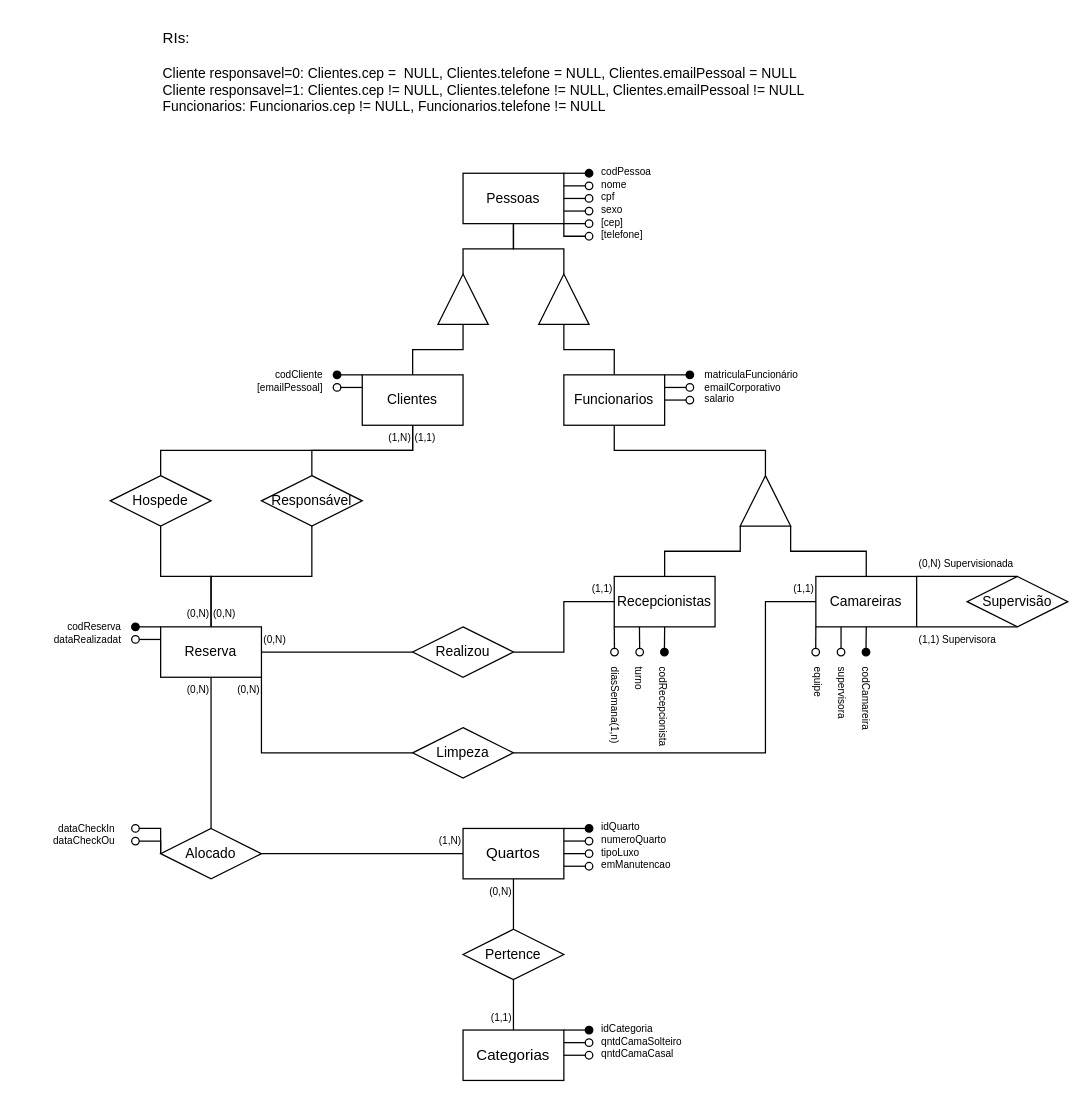
Above: TrabalhoFinal - Parte1 - Correção/Esquema Relacional Corrigido.drawio in JoaoVargas/2023.2.BAN (draw.io), before the change. Source tidied: cells renumbered, new cells numbered last; positions are measured from the earlier drawing's top-left corner, leaving out a move shared by most shapes. Both pictures are drawn from the tidied source at 126%, with x=0, y=0 at pixel (21, 21).
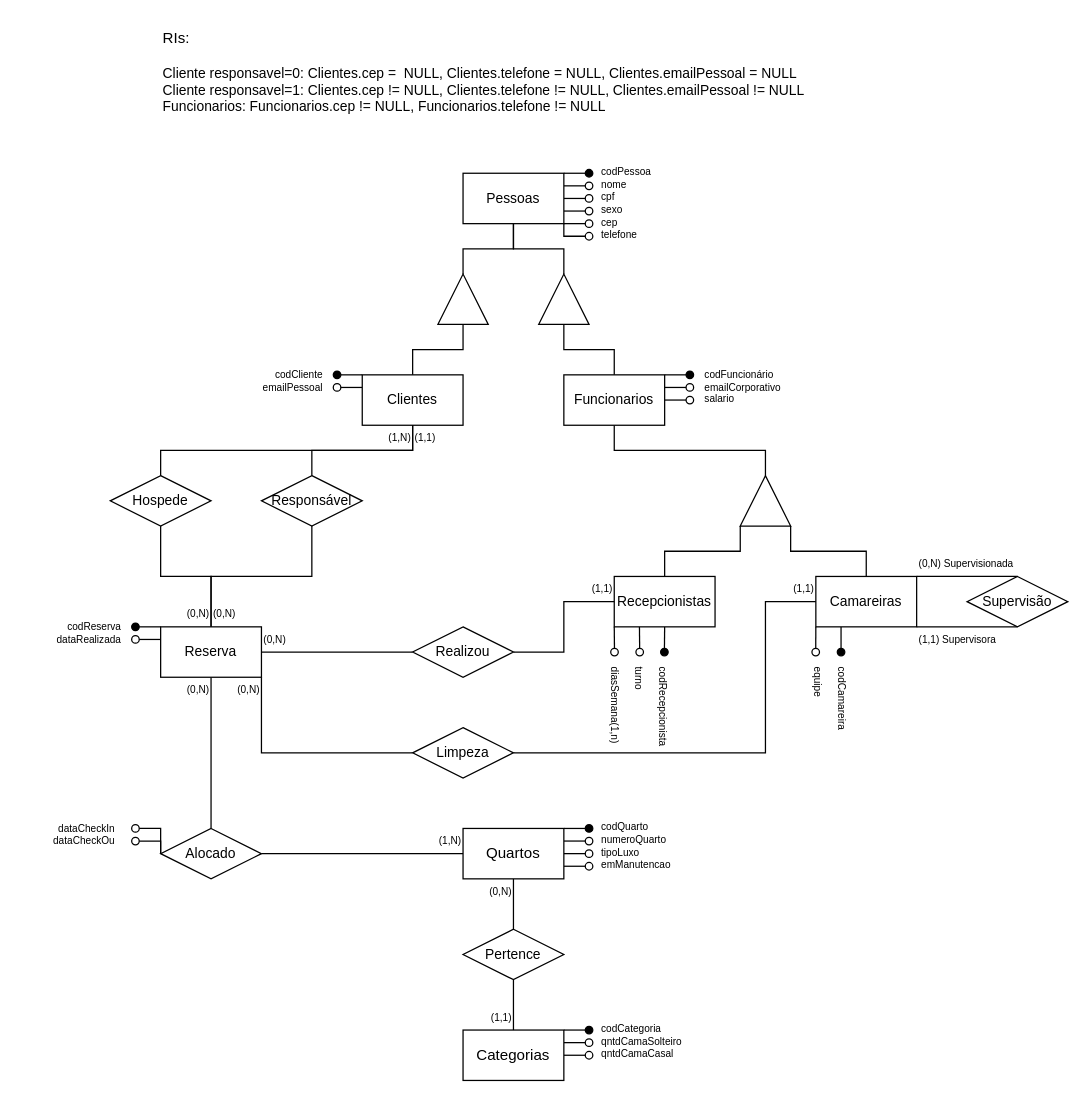
The same diagram, later.

Unchanged cells that the change refers to:
```xml
<mxCell id="16" value="Camareiras" style="rounded=0;whiteSpace=wrap;html=1;fontFamily=Helvetica;fontSize=11;labelBackgroundColor=none;" parent="1" vertex="1">
  <mxGeometry x="630" y="440" width="80" height="40" as="geometry" />
</mxCell>
```

Change to the diagram source:
```diff
@@
-    <mxCell id="14" style="edgeStyle=orthogonalEdgeStyle;shape=connector;rounded=0;jettySize=auto;html=1;exitX=0.25;exitY=1;exitDx=0;exitDy=0;labelBackgroundColor=default;strokeColor=default;fontFamily=Helvetica;fontSize=11;fontColor=default;endArrow=oval;endFill=0;" parent="1" edge="1" source="16">
+    <mxCell id="14" style="edgeStyle=orthogonalEdgeStyle;shape=connector;rounded=0;jettySize=auto;html=1;exitX=0.25;exitY=1;exitDx=0;exitDy=0;labelBackgroundColor=default;strokeColor=default;fontFamily=Helvetica;fontSize=11;fontColor=default;endArrow=oval;endFill=1;" parent="1" edge="1" source="16">
       <mxGeometry relative="1" as="geometry">
         <mxPoint x="650" y="500" as="targetPoint" />
       </mxGeometry>
     </mxCell>
-    <mxCell id="15" style="edgeStyle=orthogonalEdgeStyle;shape=connector;rounded=0;jettySize=auto;html=1;exitX=0.5;exitY=1;exitDx=0;exitDy=0;labelBackgroundColor=default;strokeColor=default;fontFamily=Helvetica;fontSize=11;fontColor=default;endArrow=oval;endFill=1;" parent="1" edge="1" source="16">
-      <mxGeometry relative="1" as="geometry">
-        <mxPoint x="669.8" y="500" as="targetPoint" />
-      </mxGeometry>
-    </mxCell>
@@
-    <mxCell id="35" value="codPessoa&#10;nome&#10;cpf&#10;sexo&#10;[cep]&#10;[telefone]&#10;&#10;" style="text;align=left;verticalAlign=top;strokeColor=none;fillColor=none;fontSize=8;fontFamily=Helvetica;labelPosition=center;verticalLabelPosition=middle;spacingBottom=0;spacing=0;strokeWidth=0;labelBackgroundColor=none;" parent="1" vertex="1">
+    <mxCell id="35" value="codPessoa&#10;nome&#10;cpf&#10;sexo&#10;cep&#10;telefone&#10;&#10;" style="text;align=left;verticalAlign=top;strokeColor=none;fillColor=none;fontSize=8;fontFamily=Helvetica;labelPosition=center;verticalLabelPosition=middle;spacingBottom=0;spacing=0;strokeWidth=0;labelBackgroundColor=none;" parent="1" vertex="1">
       <mxGeometry x="460" y="110" width="60" height="70" as="geometry" />
     </mxCell>
@@
-    <mxCell id="38" value="&lt;div&gt;codCliente&lt;br&gt;&lt;/div&gt;&lt;div&gt;[emailPessoal]&lt;/div&gt;&lt;div&gt;&lt;br&gt;&lt;/div&gt;" style="text;html=1;align=right;verticalAlign=middle;strokeColor=none;fillColor=none;fontSize=8;fontFamily=Helvetica;labelBackgroundColor=none;" parent="1" vertex="1">
-      <mxGeometry x="160" y="270" width="80" height="40" as="geometry" />
+    <mxCell id="38" value="&lt;div&gt;codCliente&lt;br&gt;&lt;/div&gt;&lt;div&gt;emailPessoal&lt;/div&gt;&lt;div&gt;&lt;br&gt;&lt;/div&gt;" style="text;html=1;align=right;verticalAlign=middle;strokeColor=none;fillColor=none;fontSize=8;fontFamily=Helvetica;labelBackgroundColor=none;" parent="1" vertex="1">
+      <mxGeometry x="170" y="270" width="70" height="40" as="geometry" />
     </mxCell>
-    <mxCell id="39" value="&lt;div&gt;matriculaFuncionário&lt;/div&gt;&lt;div&gt;emailCorporativo&lt;br&gt;&lt;/div&gt;&lt;div&gt;salario&lt;br&gt;&lt;/div&gt;" style="text;html=1;align=left;verticalAlign=middle;strokeColor=none;fillColor=none;fontSize=8;fontFamily=Helvetica;labelBackgroundColor=none;" parent="1" vertex="1">
-      <mxGeometry x="540" y="270" width="100" height="40" as="geometry" />
+    <mxCell id="39" value="&lt;div&gt;codFuncionário&lt;/div&gt;&lt;div&gt;emailCorporativo&lt;br&gt;&lt;/div&gt;&lt;div&gt;salario&lt;br&gt;&lt;/div&gt;" style="text;html=1;align=left;verticalAlign=middle;strokeColor=none;fillColor=none;fontSize=8;fontFamily=Helvetica;labelBackgroundColor=none;" parent="1" vertex="1">
+      <mxGeometry x="540" y="270" width="80" height="40" as="geometry" />
     </mxCell>
-    <mxCell id="40" value="idQuarto&#10;numeroQuarto&#10;tipoLuxo&#10;emManutencao&#10;&#10;" style="text;align=left;verticalAlign=top;strokeColor=none;fillColor=none;fontSize=8;fontFamily=Helvetica;labelPosition=center;verticalLabelPosition=middle;spacingBottom=0;spacing=0;strokeWidth=0;labelBackgroundColor=none;" parent="1" vertex="1">
+    <mxCell id="40" value="codQuarto&#10;numeroQuarto&#10;tipoLuxo&#10;emManutencao&#10;&#10;" style="text;align=left;verticalAlign=top;strokeColor=none;fillColor=none;fontSize=8;fontFamily=Helvetica;labelPosition=center;verticalLabelPosition=middle;spacingBottom=0;spacing=0;strokeWidth=0;labelBackgroundColor=none;" parent="1" vertex="1">
       <mxGeometry x="460" y="630" width="70" height="60" as="geometry" />
     </mxCell>
@@
-    <mxCell id="45" value="idCategoria&#10;qntdCamaSolteiro&#10;qntdCamaCasal&#10;" style="text;align=left;verticalAlign=top;strokeColor=none;fillColor=none;fontSize=8;fontFamily=Helvetica;labelPosition=center;verticalLabelPosition=middle;spacingBottom=0;spacing=0;strokeWidth=0;labelBackgroundColor=none;" parent="1" vertex="1">
+    <mxCell id="45" value="codCategoria&#10;qntdCamaSolteiro&#10;qntdCamaCasal&#10;" style="text;align=left;verticalAlign=top;strokeColor=none;fillColor=none;fontSize=8;fontFamily=Helvetica;labelPosition=center;verticalLabelPosition=middle;spacingBottom=0;spacing=0;strokeWidth=0;labelBackgroundColor=none;" parent="1" vertex="1">
       <mxGeometry x="460" y="790" width="80" height="40" as="geometry" />
     </mxCell>
@@
-    <mxCell id="59" value="&lt;div&gt;codReserva&lt;/div&gt;&lt;div&gt;dataRealizadat&lt;/div&gt;" style="text;html=1;align=right;verticalAlign=middle;strokeColor=none;fillColor=none;fontSize=8;fontFamily=Helvetica;labelBackgroundColor=none;" parent="1" vertex="1">
-      <mxGeometry y="470" width="80" height="30" as="geometry" />
+    <mxCell id="59" value="&lt;div&gt;codReserva&lt;/div&gt;&lt;div&gt;dataRealizada&lt;/div&gt;" style="text;html=1;align=right;verticalAlign=middle;strokeColor=none;fillColor=none;fontSize=8;fontFamily=Helvetica;labelBackgroundColor=none;" parent="1" vertex="1">
+      <mxGeometry x="10" y="470" width="70" height="30" as="geometry" />
     </mxCell>
@@
-    <mxCell id="86" value="&lt;div&gt;codCamareira&lt;br&gt;&lt;/div&gt;&lt;div&gt;&lt;br&gt;&lt;/div&gt;&lt;div&gt;supervisora&lt;/div&gt;&lt;div&gt;&lt;br&gt;&lt;/div&gt;&lt;div&gt;equipe&lt;br&gt;&lt;/div&gt;" style="text;html=1;align=left;verticalAlign=middle;strokeColor=none;fillColor=none;fontSize=8;fontFamily=Helvetica;rotation=90;labelBackgroundColor=none;" parent="1" vertex="1">
-      <mxGeometry x="616" y="515" width="70" height="60" as="geometry" />
+    <mxCell id="86" value="&lt;div&gt;codCamareira&lt;br&gt;&lt;/div&gt;&lt;div&gt;&lt;br&gt;&lt;/div&gt;&lt;div&gt;equipe&lt;br&gt;&lt;/div&gt;" style="text;html=1;align=left;verticalAlign=middle;strokeColor=none;fillColor=none;fontSize=8;fontFamily=Helvetica;rotation=90;labelBackgroundColor=none;" parent="1" vertex="1">
+      <mxGeometry x="606" y="525" width="70" height="40" as="geometry" />
     </mxCell>
```
